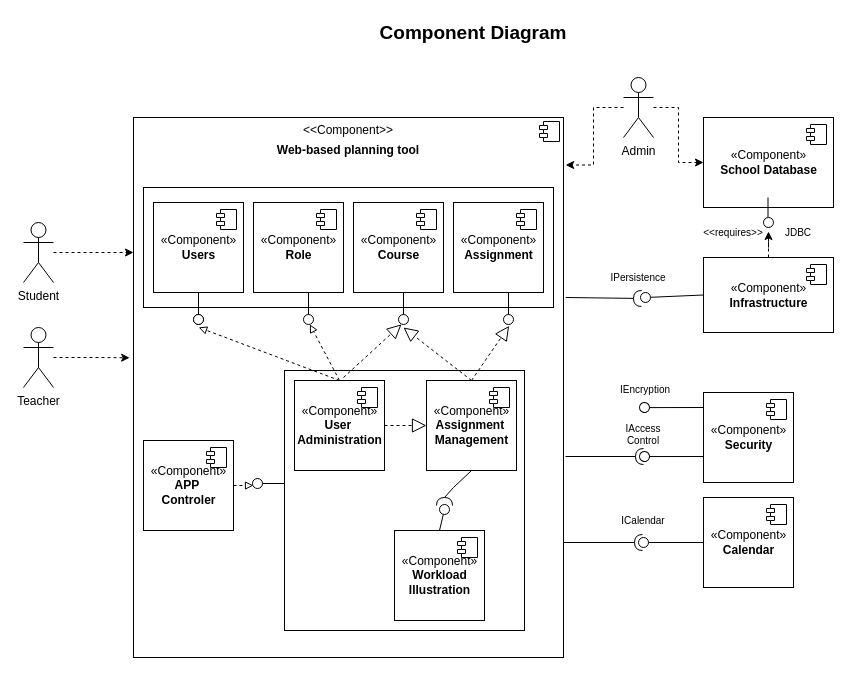
Earlier version of the draw.io diagram diagrams/Componentdiagram.drawio (die-drei-fragezeichen/eXama). Source tidied: cells renumbered, new cells numbered last; positions are measured from the earlier drawing's top-left corner, leaving out a move shared by most shapes. Both pictures are drawn from the tidied source at 100%, with x=0, y=0 at pixel (23, 17).
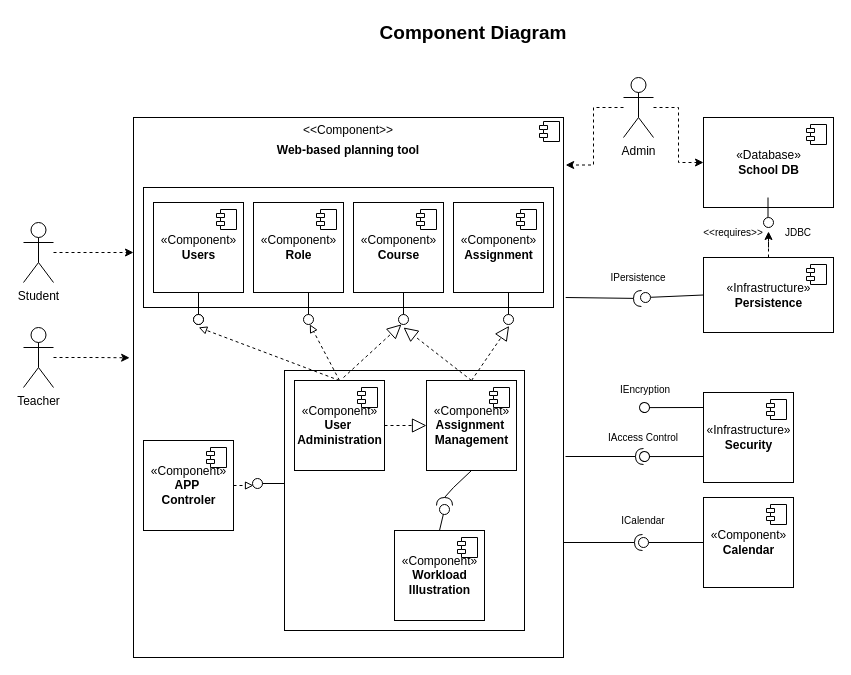
The same page after the edit.

Change to the diagram source:
```diff
@@
-    <mxCell id="5" value="«Component»&lt;br&gt;&lt;b&gt;School Database&lt;/b&gt;" style="html=1;" parent="1" vertex="1">
+    <mxCell id="5" value="«Database»&lt;br&gt;&lt;b&gt;School DB&lt;/b&gt;" style="html=1;" parent="1" vertex="1">
       <mxGeometry x="680" y="100" width="130" height="90" as="geometry" />
     </mxCell>
@@
-    <mxCell id="25" value="«Component»&lt;br&gt;&lt;b&gt;Security&lt;/b&gt;" style="html=1;" parent="1" vertex="1">
+    <mxCell id="25" value="«Infrastructure»&lt;br&gt;&lt;b&gt;Security&lt;/b&gt;" style="html=1;" parent="1" vertex="1">
       <mxGeometry x="680" y="375" width="90" height="90" as="geometry" />
     </mxCell>
@@
     <mxCell id="33" value="IAccess Control" style="text;html=1;strokeColor=none;fillColor=none;align=center;verticalAlign=middle;whiteSpace=wrap;rounded=0;fontSize=10;" parent="1" vertex="1">
-      <mxGeometry x="600" y="407" width="40" height="20" as="geometry" />
+      <mxGeometry x="580" y="410" width="80" height="20" as="geometry" />
     </mxCell>
@@
-    <mxCell id="42" value="«Component»&lt;br&gt;&lt;b&gt;Infrastructure&lt;/b&gt;" style="html=1;" parent="1" vertex="1">
+    <mxCell id="42" value="«Infrastructure»&lt;br&gt;&lt;b&gt;Persistence&lt;/b&gt;" style="html=1;" parent="1" vertex="1">
       <mxGeometry x="680" y="240" width="130" height="75" as="geometry" />
     </mxCell>
```
